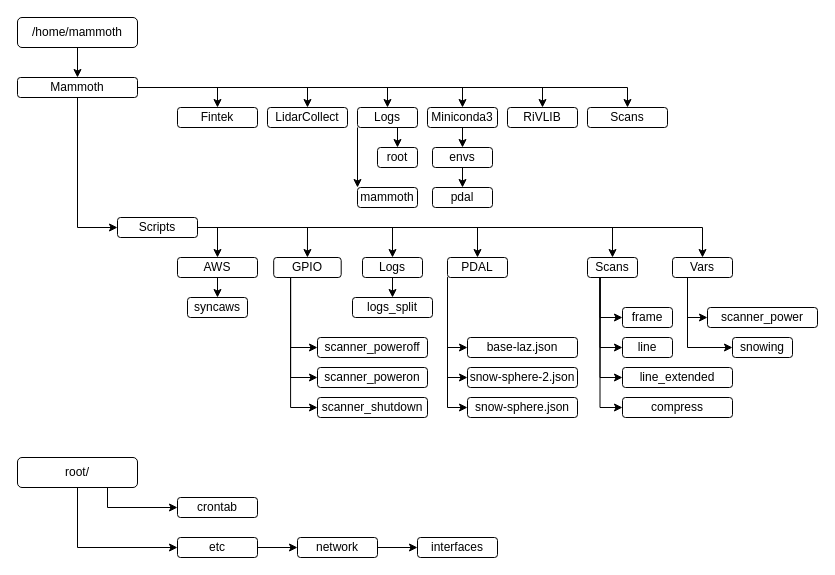
Above: Images/file-structure-diagram.drawio in CRREL/Mammoth-A-TLS (draw.io), before the change. Source tidied: cells renumbered, new cells numbered last; positions are measured from the earlier drawing's top-left corner, leaving out a move shared by most shapes. Both pictures are drawn from the tidied source at 100%, with x=0, y=0 at pixel (17, 17).
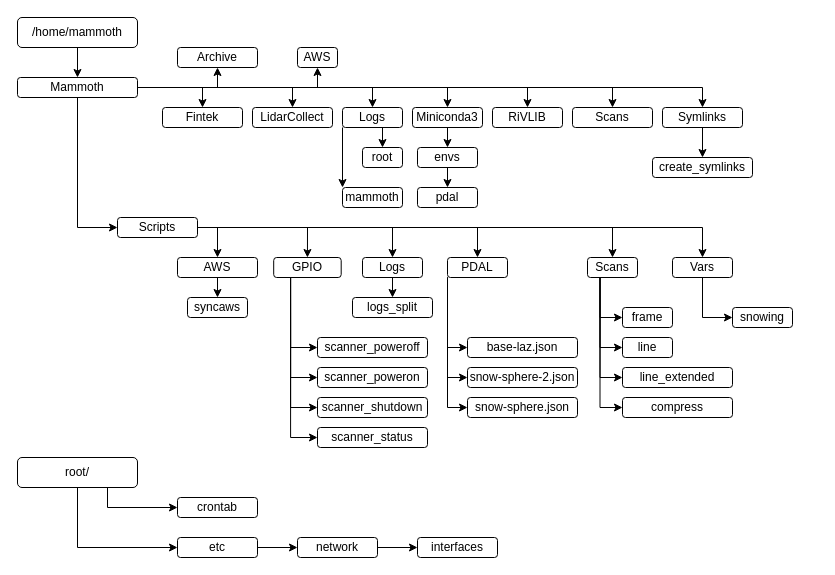
After the change.

Commit message (it also covers changes not shown here):
corrected schematics to remove poweroff calls

Unchanged cells that the change refers to:
```xml
<mxCell id="14" value="Mammoth" style="rounded=1;whiteSpace=wrap;html=1;" parent="1" vertex="1">
  <mxGeometry y="60" width="120" height="20" as="geometry" />
</mxCell>
<mxCell id="36" value="GPIO" style="rounded=1;whiteSpace=wrap;html=1;" parent="1" vertex="1">
  <mxGeometry x="256.2" y="240" width="67.5" height="20" as="geometry" />
</mxCell>
<mxCell id="50" value="Vars" style="rounded=1;whiteSpace=wrap;html=1;" parent="1" vertex="1">
  <mxGeometry x="655" y="240" width="60" height="20" as="geometry" />
</mxCell>
```

Diff of the diagram source:
```diff
@@
+    <mxCell id="76" style="edgeStyle=orthogonalEdgeStyle;rounded=0;jettySize=auto;html=1;exitX=1;exitY=0.5;exitDx=0;exitDy=0;entryX=0.5;entryY=0;entryDx=0;entryDy=0;" parent="1" edge="1" source="14" target="81">
+      <mxGeometry relative="1" as="geometry" />
+    </mxCell>
+    <mxCell id="77" style="edgeStyle=orthogonalEdgeStyle;rounded=0;jettySize=auto;html=1;exitX=1;exitY=0.5;exitDx=0;exitDy=0;entryX=0.5;entryY=1;entryDx=0;entryDy=0;" parent="1" edge="1" source="14" target="84">
+      <mxGeometry relative="1" as="geometry" />
+    </mxCell>
+    <mxCell id="78" style="edgeStyle=orthogonalEdgeStyle;rounded=0;jettySize=auto;html=1;exitX=1;exitY=0.5;exitDx=0;exitDy=0;entryX=0.5;entryY=1;entryDx=0;entryDy=0;" parent="1" edge="1" source="14" target="85">
+      <mxGeometry relative="1" as="geometry" />
+    </mxCell>
@@
     <mxCell id="15" value="Fintek" style="rounded=1;whiteSpace=wrap;html=1;" parent="1" vertex="1">
-      <mxGeometry x="160" y="90" width="80" height="20" as="geometry" />
+      <mxGeometry x="145" y="90" width="80" height="20" as="geometry" />
     </mxCell>
     <mxCell id="16" value="LidarCollect" style="rounded=1;whiteSpace=wrap;html=1;" parent="1" vertex="1">
-      <mxGeometry x="250" y="90" width="80" height="20" as="geometry" />
+      <mxGeometry x="235" y="90" width="80" height="20" as="geometry" />
     </mxCell>
@@
     <mxCell id="19" value="Logs" style="rounded=1;whiteSpace=wrap;html=1;" parent="1" vertex="1">
-      <mxGeometry x="340" y="90" width="60" height="20" as="geometry" />
+      <mxGeometry x="325" y="90" width="60" height="20" as="geometry" />
     </mxCell>
@@
     <mxCell id="21" value="Miniconda3" style="rounded=1;whiteSpace=wrap;html=1;" parent="1" vertex="1">
-      <mxGeometry x="410" y="90" width="70" height="20" as="geometry" />
+      <mxGeometry x="395" y="90" width="70" height="20" as="geometry" />
     </mxCell>
     <mxCell id="22" value="RiVLIB" style="rounded=1;whiteSpace=wrap;html=1;" parent="1" vertex="1">
-      <mxGeometry x="490" y="90" width="70" height="20" as="geometry" />
+      <mxGeometry x="475" y="90" width="70" height="20" as="geometry" />
     </mxCell>
     <mxCell id="23" value="Scans" style="rounded=1;whiteSpace=wrap;html=1;" parent="1" vertex="1">
-      <mxGeometry x="570" y="90" width="80" height="20" as="geometry" />
+      <mxGeometry x="555" y="90" width="80" height="20" as="geometry" />
     </mxCell>
@@
+    <mxCell id="79" style="edgeStyle=orthogonalEdgeStyle;rounded=0;jettySize=auto;html=1;exitX=0.25;exitY=1;exitDx=0;exitDy=0;entryX=0;entryY=0.5;entryDx=0;entryDy=0;" parent="1" edge="1" source="36" target="83">
+      <mxGeometry relative="1" as="geometry" />
+    </mxCell>
@@
-    <mxCell id="48" style="edgeStyle=orthogonalEdgeStyle;rounded=0;jettySize=auto;html=1;exitX=0.25;exitY=1;exitDx=0;exitDy=0;entryX=0;entryY=0.5;entryDx=0;entryDy=0;" parent="1" edge="1" source="50" target="65">
+    <mxCell id="48" style="edgeStyle=orthogonalEdgeStyle;rounded=0;jettySize=auto;html=1;exitX=0.5;exitY=1;exitDx=0;exitDy=0;entryX=0;entryY=0.5;entryDx=0;entryDy=0;" parent="1" edge="1" source="50" target="65">
       <mxGeometry relative="1" as="geometry" />
     </mxCell>
-    <mxCell id="49" style="edgeStyle=orthogonalEdgeStyle;rounded=0;jettySize=auto;html=1;exitX=0.25;exitY=1;exitDx=0;exitDy=0;entryX=0;entryY=0.5;entryDx=0;entryDy=0;" parent="1" edge="1" source="50" target="66">
-      <mxGeometry relative="1" as="geometry" />
-    </mxCell>
@@
     <mxCell id="52" value="envs" style="rounded=1;whiteSpace=wrap;html=1;" parent="1" vertex="1">
-      <mxGeometry x="415" y="130" width="60" height="20" as="geometry" />
+      <mxGeometry x="400" y="130" width="60" height="20" as="geometry" />
     </mxCell>
     <mxCell id="53" value="pdal" style="rounded=1;whiteSpace=wrap;html=1;" parent="1" vertex="1">
-      <mxGeometry x="415" y="170" width="60" height="20" as="geometry" />
+      <mxGeometry x="400" y="170" width="60" height="20" as="geometry" />
     </mxCell>
     <mxCell id="54" value="mammoth" style="rounded=1;whiteSpace=wrap;html=1;" parent="1" vertex="1">
-      <mxGeometry x="340" y="170" width="60" height="20" as="geometry" />
+      <mxGeometry x="325" y="170" width="60" height="20" as="geometry" />
     </mxCell>
     <mxCell id="55" value="root" style="rounded=1;whiteSpace=wrap;html=1;" parent="1" vertex="1">
-      <mxGeometry x="360" y="130" width="40" height="20" as="geometry" />
+      <mxGeometry x="345" y="130" width="40" height="20" as="geometry" />
     </mxCell>
@@
     <mxCell id="65" value="snowing" style="rounded=1;whiteSpace=wrap;html=1;" parent="1" vertex="1">
-      <mxGeometry x="715" y="320" width="60" height="20" as="geometry" />
+      <mxGeometry x="715" y="290" width="60" height="20" as="geometry" />
     </mxCell>
-    <mxCell id="66" value="scanner_power" style="rounded=1;whiteSpace=wrap;html=1;" parent="1" vertex="1">
-      <mxGeometry x="690" y="290" width="110" height="20" as="geometry" />
-    </mxCell>
@@
+    <mxCell id="80" style="edgeStyle=orthogonalEdgeStyle;rounded=0;jettySize=auto;html=1;exitX=0.5;exitY=1;exitDx=0;exitDy=0;entryX=0.5;entryY=0;entryDx=0;entryDy=0;" parent="1" edge="1" source="81" target="82">
+      <mxGeometry relative="1" as="geometry" />
+    </mxCell>
+    <mxCell id="81" value="Symlinks" style="rounded=1;whiteSpace=wrap;html=1;" parent="1" vertex="1">
+      <mxGeometry x="645" y="90" width="80" height="20" as="geometry" />
+    </mxCell>
+    <mxCell id="82" value="create_symlinks" style="rounded=1;whiteSpace=wrap;html=1;" parent="1" vertex="1">
+      <mxGeometry x="635" y="140" width="100" height="20" as="geometry" />
+    </mxCell>
+    <mxCell id="83" value="scanner_status" style="rounded=1;whiteSpace=wrap;html=1;" parent="1" vertex="1">
+      <mxGeometry x="300" y="410" width="110" height="20" as="geometry" />
+    </mxCell>
+    <mxCell id="84" value="AWS" style="rounded=1;whiteSpace=wrap;html=1;" parent="1" vertex="1">
+      <mxGeometry x="280" y="30" width="40" height="20" as="geometry" />
+    </mxCell>
+    <mxCell id="85" value="Archive" style="rounded=1;whiteSpace=wrap;html=1;" parent="1" vertex="1">
+      <mxGeometry x="160" y="30" width="80" height="20" as="geometry" />
+    </mxCell>
```
